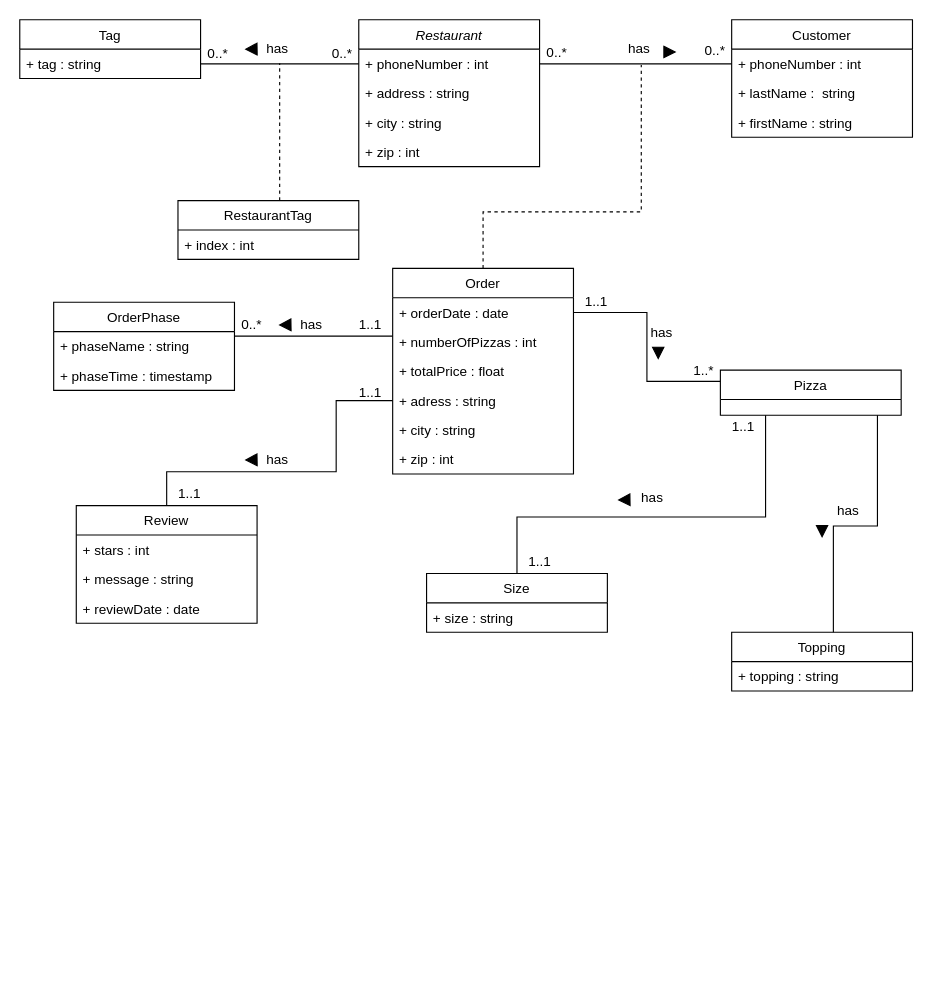
The draw.io diagram Project2_CECS_323.drawio in JosephRice22/CECS323, before the edit. Source tidied: cells renumbered, new cells numbered last; positions are measured from the earlier drawing's top-left corner, leaving out a move shared by most shapes. Both pictures are drawn from the tidied source at 113%, with x=0, y=0 at pixel (19, 19).
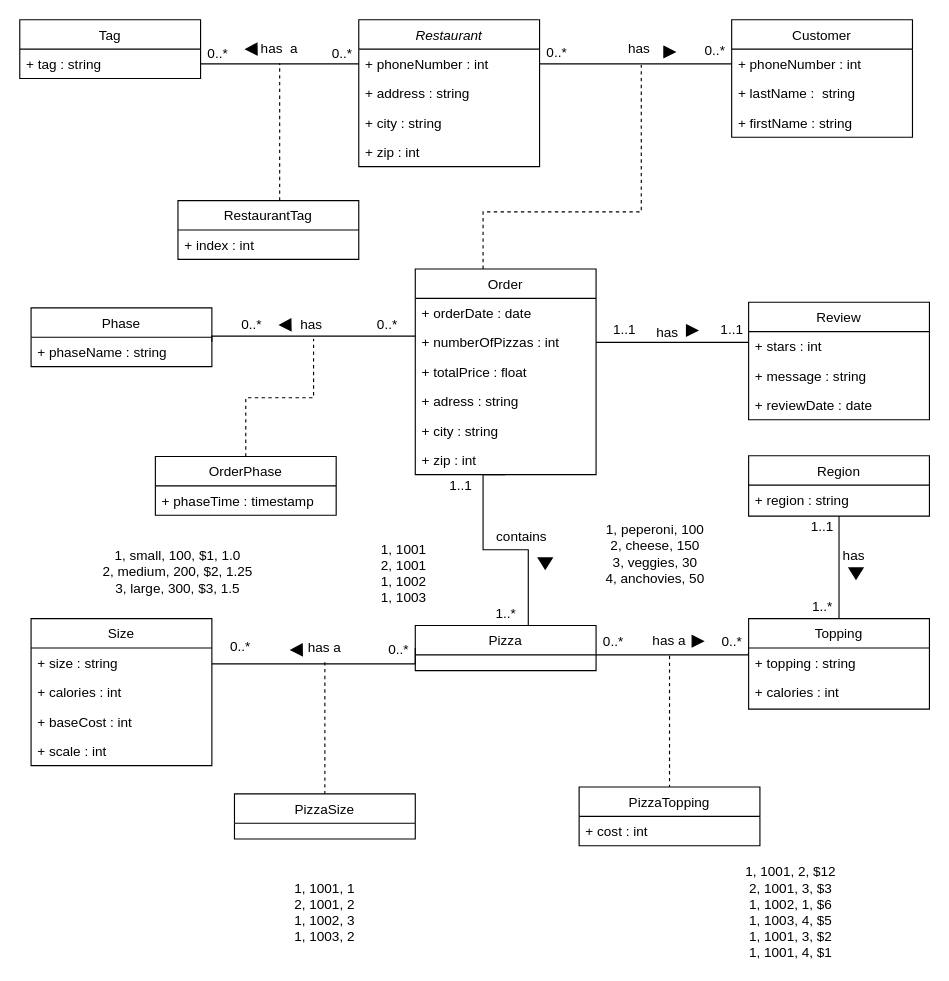
The same diagram, later.

The change refers to these unchanged cells:
```xml
<mxCell id="28" value="+ orderDate : date&#10;" style="text;align=left;verticalAlign=top;spacingLeft=4;spacingRight=4;overflow=hidden;points=[[0,0.5],[1,0.5]];portConstraint=eastwest;" parent="27" vertex="1">
  <mxGeometry y="26" width="160" height="26" as="geometry" />
</mxCell>
<mxCell id="29" value="+ numberOfPizzas : int&#10;" style="text;align=left;verticalAlign=top;spacingLeft=4;spacingRight=4;overflow=hidden;points=[[0,0.5],[1,0.5]];portConstraint=eastwest;" parent="27" vertex="1">
  <mxGeometry y="52" width="160" height="26" as="geometry" />
</mxCell>
<mxCell id="31" value="+ adress : string&#10;" style="text;align=left;verticalAlign=top;spacingLeft=4;spacingRight=4;overflow=hidden;points=[[0,0.5],[1,0.5]];portConstraint=eastwest;" parent="27" vertex="1">
  <mxGeometry y="104" width="160" height="26" as="geometry" />
</mxCell>
<mxCell id="41" value="has&amp;nbsp;" style="text;html=1;strokeColor=none;fillColor=none;align=center;verticalAlign=middle;whiteSpace=wrap;rounded=0;" parent="1" vertex="1">
  <mxGeometry x="230" y="257.5" width="60" height="25" as="geometry" />
</mxCell>
<mxCell id="46" value="+ stars : int&#10;" style="text;align=left;verticalAlign=top;spacingLeft=4;spacingRight=4;overflow=hidden;points=[[0,0.5],[1,0.5]];portConstraint=eastwest;" parent="45" vertex="1">
  <mxGeometry y="26" width="160" height="26" as="geometry" />
</mxCell>
```

Diff of the diagram source:
```diff
@@
-    <mxCell id="7" value="OrderPhase" style="swimlane;fontStyle=0;align=center;verticalAlign=top;horizontal=1;startSize=26;rounded=0;shadow=0;strokeWidth=1;" parent="1" vertex="1">
-      <mxGeometry x="30" y="250" width="160" height="78" as="geometry" />
+    <mxCell id="7" value="Phase" style="swimlane;fontStyle=0;align=center;verticalAlign=top;horizontal=1;startSize=26;rounded=0;shadow=0;strokeWidth=1;" parent="1" vertex="1">
+      <mxGeometry x="10" y="255" width="160" height="52" as="geometry" />
     </mxCell>
@@
-    <mxCell id="9" value="+ phaseTime : timestamp&#10;" style="text;align=left;verticalAlign=top;spacingLeft=4;spacingRight=4;overflow=hidden;rounded=0;shadow=0;html=0;" parent="7" vertex="1">
-      <mxGeometry y="52" width="160" height="26" as="geometry" />
-    </mxCell>
@@
-    <mxCell id="22" value="has&amp;nbsp;" style="text;html=1;strokeColor=none;fillColor=none;align=center;verticalAlign=middle;whiteSpace=wrap;rounded=0;" parent="1" vertex="1">
+    <mxCell id="22" value="has &amp;nbsp;a" style="text;html=1;strokeColor=none;fillColor=none;align=center;verticalAlign=middle;whiteSpace=wrap;rounded=0;" parent="1" vertex="1">
       <mxGeometry x="200" y="13.5" width="60" height="25" as="geometry" />
     </mxCell>
@@
     <mxCell id="27" value="Order" style="swimlane;fontStyle=0;align=center;verticalAlign=top;horizontal=1;startSize=26;rounded=0;shadow=0;strokeWidth=1;" parent="1" vertex="1">
-      <mxGeometry x="330" y="220" width="160" height="182" as="geometry" />
+      <mxGeometry x="350" y="220.5" width="160" height="182" as="geometry" />
     </mxCell>
@@
     <mxCell id="33" value="+ zip : int&#10;" style="text;align=left;verticalAlign=top;spacingLeft=4;spacingRight=4;overflow=hidden;" parent="27" vertex="1">
-      <mxGeometry y="156" width="160" height="26" as="geometry" />
+      <mxGeometry y="156" width="160" height="24" as="geometry" />
     </mxCell>
@@
-    <mxCell id="40" value="1..1" style="text;html=1;align=center;verticalAlign=middle;strokeColor=none;fillColor=none;rotation=0;" parent="1" vertex="1">
-      <mxGeometry x="290" y="260" width="40" height="20" as="geometry" />
+    <mxCell id="40" value="0..*" style="text;html=1;align=center;verticalAlign=middle;strokeColor=none;fillColor=none;rotation=0;" parent="1" vertex="1">
+      <mxGeometry x="310" y="260" width="30" height="20" as="geometry" />
     </mxCell>
@@
-    <mxCell id="44" style="edgeStyle=orthogonalEdgeStyle;rounded=0;jettySize=auto;html=0;entryX=0;entryY=0.5;entryDx=0;entryDy=0;fontColor=#000000;endArrow=none;endFill=0;" parent="1" edge="1" source="45" target="31">
-      <mxGeometry relative="1" as="geometry">
-        <Array as="points">
-          <mxPoint x="130" y="400" />
-          <mxPoint x="280" y="400" />
-          <mxPoint x="280" y="337" />
-        </Array>
-      </mxGeometry>
-    </mxCell>
     <mxCell id="45" value="Review" style="swimlane;fontStyle=0;align=center;verticalAlign=top;horizontal=1;startSize=26;rounded=0;shadow=0;strokeWidth=1;" parent="1" vertex="1">
-      <mxGeometry x="50" y="430" width="160" height="104" as="geometry" />
+      <mxGeometry x="645" y="250" width="160" height="104" as="geometry" />
     </mxCell>
@@
-    <mxCell id="49" style="edgeStyle=orthogonalEdgeStyle;rounded=0;jettySize=auto;html=0;entryX=0.5;entryY=0;entryDx=0;entryDy=0;fontColor=#000000;endArrow=none;endFill=0;" parent="1" edge="1" source="51" target="61">
-      <mxGeometry relative="1" as="geometry">
-        <Array as="points">
-          <mxPoint x="660" y="440" />
-          <mxPoint x="440" y="440" />
-        </Array>
-      </mxGeometry>
-    </mxCell>
-    <mxCell id="50" style="edgeStyle=orthogonalEdgeStyle;rounded=0;jettySize=auto;html=0;fontColor=#000000;endArrow=none;endFill=0;" parent="1" edge="1" source="51">
-      <mxGeometry relative="1" as="geometry">
-        <mxPoint x="720" y="547" as="targetPoint" />
-        <Array as="points">
-          <mxPoint x="759" y="448" />
-          <mxPoint x="720" y="448" />
-          <mxPoint x="720" y="547" />
-        </Array>
-      </mxGeometry>
-    </mxCell>
+    <mxCell id="71" style="edgeStyle=orthogonalEdgeStyle;rounded=0;jettySize=auto;html=0;entryX=0.5;entryY=1;entryDx=0;entryDy=0;fontColor=#000000;endArrow=none;endFill=0;" parent="1" edge="1" source="51" target="27">
+      <mxGeometry relative="1" as="geometry">
+        <Array as="points">
+          <mxPoint x="450" y="469" />
+          <mxPoint x="410" y="469" />
+          <mxPoint x="410" y="402" />
+        </Array>
+      </mxGeometry>
+    </mxCell>
+    <mxCell id="72" style="edgeStyle=orthogonalEdgeStyle;rounded=0;jettySize=auto;html=0;entryX=-0.001;entryY=0.376;entryDx=0;entryDy=0;entryPerimeter=0;fontColor=#000000;endArrow=none;endFill=0;" parent="1" edge="1" source="51" target="63">
+      <mxGeometry relative="1" as="geometry">
+        <Array as="points">
+          <mxPoint x="645" y="562" />
+        </Array>
+      </mxGeometry>
+    </mxCell>
     <mxCell id="51" value="Pizza" style="swimlane;fontStyle=0;align=center;verticalAlign=top;horizontal=1;startSize=26;rounded=0;shadow=0;strokeWidth=1;" parent="1" vertex="1">
-      <mxGeometry x="620" y="310" width="160" height="40" as="geometry" />
+      <mxGeometry x="350" y="536" width="160" height="40" as="geometry" />
     </mxCell>
-    <mxCell id="52" style="edgeStyle=orthogonalEdgeStyle;rounded=0;jettySize=auto;html=0;entryX=0;entryY=0.25;entryDx=0;entryDy=0;fontColor=#000000;endArrow=none;endFill=0;" parent="1" edge="1" source="28" target="51">
-      <mxGeometry relative="1" as="geometry" />
-    </mxCell>
     <mxCell id="53" value="1..1" style="text;html=1;align=center;verticalAlign=middle;strokeColor=none;fillColor=none;rotation=0;" parent="1" vertex="1">
-      <mxGeometry x="490" y="240" width="40" height="20" as="geometry" />
+      <mxGeometry x="370" y="402.5" width="40" height="20" as="geometry" />
     </mxCell>
-    <mxCell id="54" value="1..*" style="text;html=1;align=center;verticalAlign=middle;strokeColor=none;fillColor=none;rotation=0;" parent="1" vertex="1">
-      <mxGeometry x="590" y="301" width="30" height="20" as="geometry" />
-    </mxCell>
     <mxCell id="55" value="has&amp;nbsp;" style="text;html=1;strokeColor=none;fillColor=none;align=center;verticalAlign=middle;whiteSpace=wrap;rounded=0;" parent="1" vertex="1">
-      <mxGeometry x="540" y="264.8" width="60" height="25" as="geometry" />
+      <mxGeometry x="545" y="264.8" width="60" height="25" as="geometry" />
     </mxCell>
-    <mxCell id="56" style="triangle;whiteSpace=wrap;html=1;fontColor=#000000;fillColor=#000000;align=left;rotation=90;" parent="1" vertex="1">
-      <mxGeometry x="560" y="289.8" width="10" height="10" as="geometry" />
-    </mxCell>
     <mxCell id="57" value="1..1" style="text;html=1;align=center;verticalAlign=middle;strokeColor=none;fillColor=none;rotation=0;" parent="1" vertex="1">
-      <mxGeometry x="290" y="320" width="40" height="20" as="geometry" />
+      <mxGeometry x="515" y="264.8" width="40" height="20" as="geometry" />
     </mxCell>
     <mxCell id="58" value="1..1" style="text;html=1;align=center;verticalAlign=middle;strokeColor=none;fillColor=none;rotation=0;" parent="1" vertex="1">
-      <mxGeometry x="130" y="410" width="40" height="20" as="geometry" />
+      <mxGeometry x="610" y="265" width="40" height="20" as="geometry" />
     </mxCell>
-    <mxCell id="59" value="has&amp;nbsp;" style="text;html=1;strokeColor=none;fillColor=none;align=center;verticalAlign=middle;whiteSpace=wrap;rounded=0;" parent="1" vertex="1">
-      <mxGeometry x="200" y="377" width="60" height="25" as="geometry" />
-    </mxCell>
-    <mxCell id="60" style="triangle;whiteSpace=wrap;html=1;fontColor=#000000;fillColor=#000000;align=left;rotation=-181;" parent="1" vertex="1">
-      <mxGeometry x="200" y="384.3" width="10" height="10.4" as="geometry" />
-    </mxCell>
+    <mxCell id="73" style="edgeStyle=orthogonalEdgeStyle;rounded=0;jettySize=auto;html=0;fontColor=#000000;endArrow=none;endFill=0;" parent="1" edge="1" source="61">
+      <mxGeometry relative="1" as="geometry">
+        <mxPoint x="350" y="556" as="targetPoint" />
+        <Array as="points">
+          <mxPoint x="350" y="570" />
+        </Array>
+      </mxGeometry>
+    </mxCell>
     <mxCell id="61" value="Size" style="swimlane;fontStyle=0;align=center;verticalAlign=top;horizontal=1;startSize=26;rounded=0;shadow=0;strokeWidth=1;" parent="1" vertex="1">
-      <mxGeometry x="360" y="490" width="160" height="52" as="geometry" />
+      <mxGeometry x="10" y="530" width="160" height="130" as="geometry" />
     </mxCell>
@@
+    <mxCell id="74" value="+ calories : int &#10;" style="text;align=left;verticalAlign=top;spacingLeft=4;spacingRight=4;overflow=hidden;" parent="61" vertex="1">
+      <mxGeometry y="52" width="160" height="26" as="geometry" />
+    </mxCell>
+    <mxCell id="75" value="+ baseCost : int &#10;" style="text;align=left;verticalAlign=top;spacingLeft=4;spacingRight=4;overflow=hidden;" parent="61" vertex="1">
+      <mxGeometry y="78" width="160" height="26" as="geometry" />
+    </mxCell>
+    <mxCell id="76" value="+ scale : int &#10;" style="text;align=left;verticalAlign=top;spacingLeft=4;spacingRight=4;overflow=hidden;" parent="61" vertex="1">
+      <mxGeometry y="104" width="160" height="26" as="geometry" />
+    </mxCell>
+    <mxCell id="77" style="edgeStyle=orthogonalEdgeStyle;rounded=0;jettySize=auto;html=0;entryX=0.5;entryY=1;entryDx=0;entryDy=0;fontColor=#000000;endArrow=none;endFill=0;" parent="1" edge="1" source="63" target="103">
+      <mxGeometry relative="1" as="geometry" />
+    </mxCell>
     <mxCell id="63" value="Topping" style="swimlane;fontStyle=0;align=center;verticalAlign=top;horizontal=1;startSize=26;rounded=0;shadow=0;strokeWidth=1;" parent="1" vertex="1">
-      <mxGeometry x="630" y="542" width="160" height="52" as="geometry" />
+      <mxGeometry x="645" y="530" width="160" height="80" as="geometry" />
     </mxCell>
@@
-    <mxCell id="65" value="has&amp;nbsp;" style="text;html=1;strokeColor=none;fillColor=none;align=center;verticalAlign=middle;whiteSpace=wrap;rounded=0;" parent="1" vertex="1">
-      <mxGeometry x="705" y="422.5" width="60" height="25" as="geometry" />
-    </mxCell>
-    <mxCell id="66" style="triangle;whiteSpace=wrap;html=1;fontColor=#000000;fillColor=#000000;align=left;rotation=90;" parent="1" vertex="1">
-      <mxGeometry x="705" y="447.5" width="10" height="10" as="geometry" />
-    </mxCell>
-    <mxCell id="67" value="has" style="text;html=1;strokeColor=none;fillColor=none;align=center;verticalAlign=middle;whiteSpace=wrap;rounded=0;" parent="1" vertex="1">
-      <mxGeometry x="530" y="410" width="60" height="25" as="geometry" />
-    </mxCell>
+    <mxCell id="78" value="+ calories : int &#10;" style="text;align=left;verticalAlign=top;spacingLeft=4;spacingRight=4;overflow=hidden;" parent="63" vertex="1">
+      <mxGeometry y="52" width="160" height="26" as="geometry" />
+    </mxCell>
     <mxCell id="68" style="triangle;whiteSpace=wrap;html=1;fontColor=#000000;fillColor=#000000;align=left;rotation=-181;" parent="1" vertex="1">
-      <mxGeometry x="530" y="419.6" width="10" height="10.4" as="geometry" />
+      <mxGeometry x="240" y="552.5" width="10" height="10.4" as="geometry" />
     </mxCell>
-    <mxCell id="69" value="1..1" style="text;html=1;align=center;verticalAlign=middle;strokeColor=none;fillColor=none;rotation=0;" parent="1" vertex="1">
-      <mxGeometry x="620" y="350" width="40" height="20" as="geometry" />
-    </mxCell>
-    <mxCell id="70" value="1..1" style="text;html=1;align=center;verticalAlign=middle;strokeColor=none;fillColor=none;rotation=0;" parent="1" vertex="1">
-      <mxGeometry x="440" y="470" width="40" height="20" as="geometry" />
-    </mxCell>
+    <mxCell id="79" value="PizzaTopping" style="swimlane;fontStyle=0;align=center;verticalAlign=top;horizontal=1;startSize=26;rounded=0;shadow=0;strokeWidth=1;" parent="1" vertex="1">
+      <mxGeometry x="495" y="679" width="160" height="52" as="geometry" />
+    </mxCell>
+    <mxCell id="80" value="+ cost : int &#10;" style="text;align=left;verticalAlign=top;spacingLeft=4;spacingRight=4;overflow=hidden;" parent="79" vertex="1">
+      <mxGeometry y="26" width="160" height="26" as="geometry" />
+    </mxCell>
+    <mxCell id="81" value="PizzaSize" style="swimlane;fontStyle=0;align=center;verticalAlign=top;horizontal=1;startSize=26;rounded=0;shadow=0;strokeWidth=1;" parent="1" vertex="1">
+      <mxGeometry x="190" y="685" width="160" height="40" as="geometry" />
+    </mxCell>
+    <mxCell id="82" style="edgeStyle=orthogonalEdgeStyle;rounded=0;jettySize=auto;html=0;fontColor=#000000;endArrow=none;endFill=0;" parent="1" edge="1" source="29" target="46">
+      <mxGeometry relative="1" as="geometry">
+        <Array as="points">
+          <mxPoint x="610" y="285" />
+          <mxPoint x="610" y="285" />
+        </Array>
+      </mxGeometry>
+    </mxCell>
+    <mxCell id="83" style="triangle;whiteSpace=wrap;html=1;fontColor=#000000;fillColor=#000000;align=left;" parent="1" vertex="1">
+      <mxGeometry x="590" y="270" width="10" height="10" as="geometry" />
+    </mxCell>
+    <mxCell id="84" style="edgeStyle=orthogonalEdgeStyle;rounded=0;jettySize=auto;html=0;entryX=0.5;entryY=1;entryDx=0;entryDy=0;dashed=1;fontColor=#000000;endArrow=none;endFill=0;" parent="1" edge="1" source="85" target="41">
+      <mxGeometry relative="1" as="geometry" />
+    </mxCell>
+    <mxCell id="85" value="OrderPhase" style="swimlane;fontStyle=0;align=center;verticalAlign=top;horizontal=1;startSize=26;rounded=0;shadow=0;strokeWidth=1;" parent="1" vertex="1">
+      <mxGeometry x="120" y="386.5" width="160" height="52" as="geometry" />
+    </mxCell>
+    <mxCell id="9" value="+ phaseTime : timestamp&#10;" style="text;align=left;verticalAlign=top;spacingLeft=4;spacingRight=4;overflow=hidden;rounded=0;shadow=0;html=0;" parent="85" vertex="1">
+      <mxGeometry y="26" width="160" height="26" as="geometry" />
+    </mxCell>
+    <mxCell id="86" value="1, small, 100, $1, 1.0&lt;br&gt;2, medium, 200, $2, 1.25&lt;br&gt;3, large, 300, $3, 1.5" style="text;html=1;strokeColor=none;fillColor=none;align=center;verticalAlign=middle;whiteSpace=wrap;rounded=0;fontColor=#000000;" parent="1" vertex="1">
+      <mxGeometry x="60" y="473.5" width="160" height="30" as="geometry" />
+    </mxCell>
+    <mxCell id="87" value="1, 1001&lt;br&gt;2, 1001&lt;br&gt;1, 1002&lt;br&gt;1, 1003" style="text;html=1;strokeColor=none;fillColor=none;align=center;verticalAlign=middle;whiteSpace=wrap;rounded=0;fontColor=#000000;" parent="1" vertex="1">
+      <mxGeometry x="310" y="475" width="60" height="30" as="geometry" />
+    </mxCell>
+    <mxCell id="88" value="1..*" style="text;html=1;align=center;verticalAlign=middle;strokeColor=none;fillColor=none;rotation=0;" parent="1" vertex="1">
+      <mxGeometry x="415" y="516" width="30" height="20" as="geometry" />
+    </mxCell>
+    <mxCell id="89" value="1, 1001, 1&lt;br&gt;2, 1001, 2&lt;br&gt;1, 1002, 3&lt;br&gt;1, 1003, 2" style="text;html=1;strokeColor=none;fillColor=none;align=center;verticalAlign=middle;whiteSpace=wrap;rounded=0;fontColor=#000000;" parent="1" vertex="1">
+      <mxGeometry x="240" y="775" width="60" height="30" as="geometry" />
+    </mxCell>
+    <mxCell id="90" style="edgeStyle=orthogonalEdgeStyle;rounded=0;jettySize=auto;html=0;entryX=0.5;entryY=0;entryDx=0;entryDy=0;dashed=1;fontColor=#000000;endArrow=none;endFill=0;" parent="1" edge="1" source="91" target="79">
+      <mxGeometry relative="1" as="geometry" />
+    </mxCell>
+    <mxCell id="91" value="has a" style="text;html=1;strokeColor=none;fillColor=none;align=center;verticalAlign=middle;whiteSpace=wrap;rounded=0;" parent="1" vertex="1">
+      <mxGeometry x="545" y="537.9" width="60" height="25" as="geometry" />
+    </mxCell>
+    <mxCell id="92" style="edgeStyle=orthogonalEdgeStyle;rounded=0;jettySize=auto;html=0;entryX=0.5;entryY=0;entryDx=0;entryDy=0;dashed=1;fontColor=#000000;endArrow=none;endFill=0;" parent="1" edge="1" source="93" target="81">
+      <mxGeometry relative="1" as="geometry" />
+    </mxCell>
+    <mxCell id="93" value="has a" style="text;html=1;strokeColor=none;fillColor=none;align=center;verticalAlign=middle;whiteSpace=wrap;rounded=0;" parent="1" vertex="1">
+      <mxGeometry x="240" y="543.5" width="60" height="25" as="geometry" />
+    </mxCell>
+    <mxCell id="94" style="triangle;whiteSpace=wrap;html=1;fontColor=#000000;fillColor=#000000;align=left;" parent="1" vertex="1">
+      <mxGeometry x="595" y="545" width="10" height="10" as="geometry" />
+    </mxCell>
+    <mxCell id="95" value="&lt;div style=&quot;text-align: center&quot;&gt;&lt;font face=&quot;helvetica&quot;&gt;contains&lt;/font&gt;&lt;/div&gt;" style="text;whiteSpace=wrap;html=1;fontColor=#000000;" parent="1" vertex="1">
+      <mxGeometry x="420" y="443.5" width="50" height="30" as="geometry" />
+    </mxCell>
+    <mxCell id="96" style="triangle;whiteSpace=wrap;html=1;fontColor=#000000;fillColor=#000000;align=left;rotation=90;" parent="1" vertex="1">
+      <mxGeometry x="460" y="475" width="10" height="12.5" as="geometry" />
+    </mxCell>
+    <mxCell id="97" value="1, 1001, 2, $12&lt;br&gt;2, 1001, 3, $3&lt;br&gt;1, 1002, 1, $6&lt;br&gt;1, 1003, 4, $5&lt;br&gt;1, 1001, 3, $2&lt;br&gt;1, 1001, 4, $1" style="text;html=1;strokeColor=none;fillColor=none;align=center;verticalAlign=middle;whiteSpace=wrap;rounded=0;fontColor=#000000;" parent="1" vertex="1">
+      <mxGeometry x="615" y="775" width="135" height="30" as="geometry" />
+    </mxCell>
+    <mxCell id="98" value="1, peperoni, 100&lt;br&gt;2, cheese, 150&lt;br&gt;3, veggies, 30&lt;br&gt;4, anchovies, 50" style="text;html=1;strokeColor=none;fillColor=none;align=center;verticalAlign=middle;whiteSpace=wrap;rounded=0;fontColor=#000000;" parent="1" vertex="1">
+      <mxGeometry x="475" y="457.5" width="175" height="30" as="geometry" />
+    </mxCell>
+    <mxCell id="99" value="0..*" style="text;html=1;align=center;verticalAlign=middle;strokeColor=none;fillColor=none;rotation=0;" parent="1" vertex="1">
+      <mxGeometry x="180" y="545" width="30" height="20" as="geometry" />
+    </mxCell>
+    <mxCell id="100" value="0..*" style="text;html=1;align=center;verticalAlign=middle;strokeColor=none;fillColor=none;rotation=0;" parent="1" vertex="1">
+      <mxGeometry x="320" y="547.7" width="30" height="20" as="geometry" />
+    </mxCell>
+    <mxCell id="101" value="0..*" style="text;html=1;align=center;verticalAlign=middle;strokeColor=none;fillColor=none;rotation=0;" parent="1" vertex="1">
+      <mxGeometry x="510" y="541" width="30" height="20" as="geometry" />
+    </mxCell>
+    <mxCell id="102" value="0..*" style="text;html=1;align=center;verticalAlign=middle;strokeColor=none;fillColor=none;rotation=0;" parent="1" vertex="1">
+      <mxGeometry x="615" y="541" width="30" height="20" as="geometry" />
+    </mxCell>
+    <mxCell id="103" value="Region" style="swimlane;fontStyle=0;align=center;verticalAlign=top;horizontal=1;startSize=26;rounded=0;shadow=0;strokeWidth=1;" parent="1" vertex="1">
+      <mxGeometry x="645" y="385.8" width="160" height="53.5" as="geometry" />
+    </mxCell>
+    <mxCell id="104" value="+ region : string &#10;" style="text;align=left;verticalAlign=top;spacingLeft=4;spacingRight=4;overflow=hidden;" parent="103" vertex="1">
+      <mxGeometry y="26" width="160" height="26" as="geometry" />
+    </mxCell>
+    <mxCell id="105" value="has&amp;nbsp;" style="text;html=1;strokeColor=none;fillColor=none;align=center;verticalAlign=middle;whiteSpace=wrap;rounded=0;" parent="1" vertex="1">
+      <mxGeometry x="710" y="462.5" width="60" height="25" as="geometry" />
+    </mxCell>
+    <mxCell id="106" value="1..1" style="text;html=1;align=center;verticalAlign=middle;strokeColor=none;fillColor=none;rotation=0;" parent="1" vertex="1">
+      <mxGeometry x="690" y="439.2" width="40" height="20" as="geometry" />
+    </mxCell>
+    <mxCell id="107" value="1..*" style="text;html=1;align=center;verticalAlign=middle;strokeColor=none;fillColor=none;rotation=0;" parent="1" vertex="1">
+      <mxGeometry x="695" y="510" width="30" height="20" as="geometry" />
+    </mxCell>
+    <mxCell id="108" style="triangle;whiteSpace=wrap;html=1;fontColor=#000000;fillColor=#000000;align=left;rotation=90;" parent="1" vertex="1">
+      <mxGeometry x="735" y="483.8" width="10" height="12.5" as="geometry" />
+    </mxCell>
```
